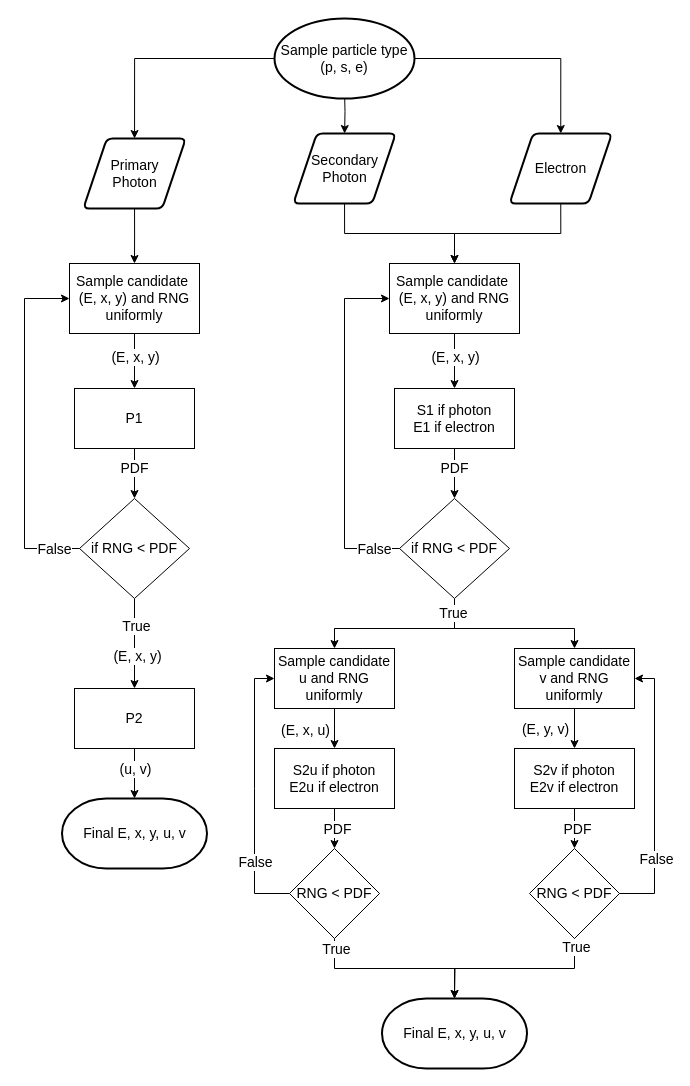
Earlier version of the draw.io diagram aapm_mc_inr.drawio (vengjean/drawings). Source tidied: cells renumbered, new cells numbered last; positions are measured from the earlier drawing's top-left corner, leaving out a move shared by most shapes. Both pictures are drawn from the tidied source at 100%, with x=0, y=0 at pixel (24, 18).
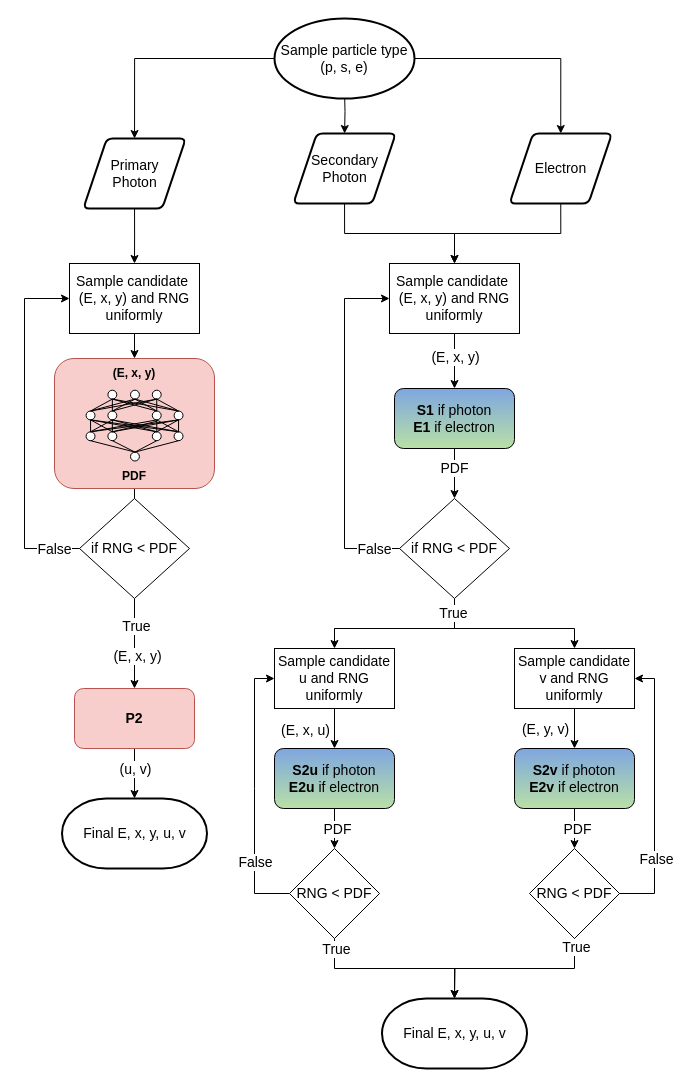
After the change.

Unchanged cells that the change refers to:
```xml
<mxCell id="7" style="edgeStyle=orthogonalEdgeStyle;rounded=0;jettySize=auto;html=1;fontSize=14;" parent="1" edge="1" source="9" target="12">
  <mxGeometry relative="1" as="geometry" />
</mxCell>
<mxCell id="10" style="edgeStyle=orthogonalEdgeStyle;rounded=0;jettySize=auto;html=1;fontSize=14;" parent="1" edge="1" source="12">
  <mxGeometry relative="1" as="geometry">
    <mxPoint x="110" y="480" as="targetPoint" />
  </mxGeometry>
</mxCell>
```

What changed in the source:
```diff
@@
-    <mxCell id="8" value="(E, x, y)" style="edgeLabel;html=1;align=center;verticalAlign=middle;fontSize=14;" parent="7" vertex="1">
-      <mxGeometry x="-0.17" relative="1" as="geometry" />
-    </mxCell>
@@
-    <mxCell id="11" value="PDF" style="edgeLabel;html=1;align=center;verticalAlign=middle;fontSize=14;" parent="10" vertex="1">
-      <mxGeometry x="-0.25" y="-1" relative="1" as="geometry" />
-    </mxCell>
-    <mxCell id="12" value="P1" style="whiteSpace=wrap;html=1;fontSize=14;" parent="1" vertex="1">
-      <mxGeometry x="50" y="370" width="120" height="60" as="geometry" />
+    <mxCell id="12" style="whiteSpace=wrap;html=1;fontSize=14;fillColor=#f8cecc;strokeColor=#b85450;rounded=1;" parent="1" vertex="1">
+      <mxGeometry x="30" y="340" width="160" height="130" as="geometry" />
     </mxCell>
@@
-    <mxCell id="21" value="P2" style="whiteSpace=wrap;html=1;fontSize=14;" parent="1" vertex="1">
+    <mxCell id="21" value="&lt;b&gt;P2&lt;/b&gt;" style="whiteSpace=wrap;html=1;fontSize=14;fillColor=#f8cecc;strokeColor=#b85450;rounded=1;" parent="1" vertex="1">
       <mxGeometry x="50" y="670" width="120" height="60" as="geometry" />
     </mxCell>
@@
-    <mxCell id="27" value="S1 if photon&lt;div&gt;E1 if electron&lt;/div&gt;" style="whiteSpace=wrap;html=1;fontSize=14;" parent="1" vertex="1">
+    <mxCell id="27" value="&lt;b&gt;S1 &lt;/b&gt;if photon&lt;div&gt;&lt;b&gt;E1 &lt;/b&gt;if electron&lt;/div&gt;" style="whiteSpace=wrap;html=1;fontSize=14;rounded=1;fillColor=#7EA6E0;strokeColor=#000000;gradientColor=#B9E0A5;fillStyle=dots;gradientDirection=south;" parent="1" vertex="1">
       <mxGeometry x="370" y="370" width="120" height="60" as="geometry" />
     </mxCell>
@@
-    <mxCell id="38" value="S2u if photon&lt;div&gt;E2u if electron&lt;/div&gt;" style="whiteSpace=wrap;html=1;fontSize=14;" parent="1" vertex="1">
+    <mxCell id="38" value="&lt;b&gt;S2u &lt;/b&gt;if photon&lt;div&gt;&lt;b&gt;E2u &lt;/b&gt;if electron&lt;/div&gt;" style="whiteSpace=wrap;html=1;fontSize=14;rounded=1;fillColor=#7EA6E0;gradientColor=#B9E0A5;" parent="1" vertex="1">
       <mxGeometry x="250" y="730" width="120" height="60" as="geometry" />
     </mxCell>
@@
-    <mxCell id="43" value="S2v if photon&lt;div&gt;E2v if electron&lt;/div&gt;" style="whiteSpace=wrap;html=1;rounded=0;fontSize=14;" parent="1" vertex="1">
+    <mxCell id="43" value="&lt;b&gt;S2v&lt;/b&gt; if photon&lt;div&gt;&lt;b&gt;E2v&lt;/b&gt; if electron&lt;/div&gt;" style="whiteSpace=wrap;html=1;rounded=1;fontSize=14;fillColor=#7EA6E0;gradientColor=#B9E0A5;" parent="1" vertex="1">
       <mxGeometry x="490" y="730" width="120" height="60" as="geometry" />
     </mxCell>
@@
+    <mxCell id="63" style="group;rotation=90;" parent="1" vertex="1">
+      <mxGeometry x="70" y="376" width="95" height="96.5" as="geometry" />
+    </mxCell>
+    <mxCell id="64" style="ellipse;whiteSpace=wrap;html=1;rotation=90;" parent="63" vertex="1">
+      <mxGeometry x="79.6" y="37.3" width="8.9" height="8.9" as="geometry" />
+    </mxCell>
+    <mxCell id="65" style="ellipse;whiteSpace=wrap;html=1;rotation=90;" parent="63" vertex="1">
+      <mxGeometry x="57.8" y="37.3" width="8.9" height="8.9" as="geometry" />
+    </mxCell>
+    <mxCell id="66" style="ellipse;whiteSpace=wrap;html=1;rotation=90;" parent="63" vertex="1">
+      <mxGeometry x="13.4" y="37.3" width="8.9" height="8.9" as="geometry" />
+    </mxCell>
+    <mxCell id="67" style="ellipse;whiteSpace=wrap;html=1;rotation=90;" parent="63" vertex="1">
+      <mxGeometry x="-8.4" y="37.3" width="8.9" height="8.9" as="geometry" />
+    </mxCell>
+    <mxCell id="68" style="ellipse;whiteSpace=wrap;html=1;rotation=90;" parent="63" vertex="1">
+      <mxGeometry x="36" y="57.6" width="8.9" height="8.9" as="geometry" />
+    </mxCell>
+    <mxCell id="69" style="endArrow=none;html=1;rounded=0;entryX=1;entryY=0.5;entryDx=0;entryDy=0;exitX=0;exitY=0.5;exitDx=0;exitDy=0;" parent="63" edge="1" source="68" target="64">
+      <mxGeometry relative="1" as="geometry" />
+    </mxCell>
+    <mxCell id="70" style="endArrow=none;html=1;rounded=0;entryX=1;entryY=0.5;entryDx=0;entryDy=0;exitX=0;exitY=0.5;exitDx=0;exitDy=0;" parent="63" edge="1" source="68" target="65">
+      <mxGeometry relative="1" as="geometry" />
+    </mxCell>
+    <mxCell id="71" style="endArrow=none;html=1;rounded=0;entryX=0;entryY=0.5;entryDx=0;entryDy=0;exitX=1;exitY=0.5;exitDx=0;exitDy=0;" parent="63" edge="1" source="66" target="68">
+      <mxGeometry relative="1" as="geometry" />
+    </mxCell>
+    <mxCell id="72" style="endArrow=none;html=1;rounded=0;entryX=0;entryY=0.5;entryDx=0;entryDy=0;exitX=1;exitY=0.5;exitDx=0;exitDy=0;" parent="63" edge="1" source="67" target="68">
+      <mxGeometry relative="1" as="geometry" />
+    </mxCell>
+    <mxCell id="73" style="endArrow=none;html=1;rounded=0;exitX=1;exitY=0.5;exitDx=0;exitDy=0;entryX=0;entryY=0.5;entryDx=0;entryDy=0;" parent="63" edge="1" source="80" target="66">
+      <mxGeometry relative="1" as="geometry" />
+    </mxCell>
+    <mxCell id="74" style="ellipse;whiteSpace=wrap;html=1;rotation=90;" parent="63" vertex="1">
+      <mxGeometry x="57.8" y="-4.3" width="8.9" height="8.9" as="geometry" />
+    </mxCell>
+    <mxCell id="75" style="ellipse;whiteSpace=wrap;html=1;rotation=90;" parent="63" vertex="1">
+      <mxGeometry x="36" y="-4.3" width="8.9" height="8.9" as="geometry" />
+    </mxCell>
+    <mxCell id="76" style="ellipse;whiteSpace=wrap;html=1;rotation=90;" parent="63" vertex="1">
+      <mxGeometry x="13.4" y="-4.3" width="8.9" height="8.9" as="geometry" />
+    </mxCell>
+    <mxCell id="77" style="ellipse;whiteSpace=wrap;html=1;rotation=90;" parent="63" vertex="1">
+      <mxGeometry x="79.6" y="16.5" width="8.9" height="8.9" as="geometry" />
+    </mxCell>
+    <mxCell id="78" style="ellipse;whiteSpace=wrap;html=1;rotation=90;" parent="63" vertex="1">
+      <mxGeometry x="57.8" y="16.5" width="8.9" height="8.9" as="geometry" />
+    </mxCell>
+    <mxCell id="79" style="ellipse;whiteSpace=wrap;html=1;rotation=90;" parent="63" vertex="1">
+      <mxGeometry x="13.4" y="16.5" width="8.9" height="8.9" as="geometry" />
+    </mxCell>
+    <mxCell id="80" style="ellipse;whiteSpace=wrap;html=1;rotation=90;" parent="63" vertex="1">
+      <mxGeometry x="-8.4" y="16.5" width="8.9" height="8.9" as="geometry" />
+    </mxCell>
+    <mxCell id="81" style="endArrow=none;html=1;rounded=0;exitX=1;exitY=0.5;exitDx=0;exitDy=0;entryX=0;entryY=0.5;entryDx=0;entryDy=0;" parent="63" edge="1" source="74" target="77">
+      <mxGeometry relative="1" as="geometry" />
+    </mxCell>
+    <mxCell id="82" style="endArrow=none;html=1;rounded=0;entryX=0;entryY=0.5;entryDx=0;entryDy=0;exitX=1;exitY=0.5;exitDx=0;exitDy=0;" parent="63" edge="1" source="74" target="78">
+      <mxGeometry relative="1" as="geometry" />
+    </mxCell>
+    <mxCell id="83" style="endArrow=none;html=1;rounded=0;entryX=0;entryY=0.5;entryDx=0;entryDy=0;exitX=1;exitY=0.5;exitDx=0;exitDy=0;" parent="63" edge="1" source="74" target="79">
+      <mxGeometry relative="1" as="geometry" />
+    </mxCell>
+    <mxCell id="84" style="endArrow=none;html=1;rounded=0;entryX=0;entryY=0.5;entryDx=0;entryDy=0;exitX=1;exitY=0.5;exitDx=0;exitDy=0;" parent="63" edge="1" source="74" target="80">
+      <mxGeometry relative="1" as="geometry" />
+    </mxCell>
+    <mxCell id="85" style="endArrow=none;html=1;rounded=0;entryX=0;entryY=0.5;entryDx=0;entryDy=0;exitX=1;exitY=0.5;exitDx=0;exitDy=0;" parent="63" edge="1" source="75" target="78">
+      <mxGeometry relative="1" as="geometry" />
+    </mxCell>
+    <mxCell id="86" style="endArrow=none;html=1;rounded=0;entryX=0;entryY=0.5;entryDx=0;entryDy=0;exitX=1;exitY=0.5;exitDx=0;exitDy=0;" parent="63" edge="1" source="75" target="79">
+      <mxGeometry relative="1" as="geometry" />
+    </mxCell>
+    <mxCell id="87" style="endArrow=none;html=1;rounded=0;entryX=0;entryY=0.5;entryDx=0;entryDy=0;exitX=1;exitY=0.5;exitDx=0;exitDy=0;" parent="63" edge="1" source="75" target="80">
+      <mxGeometry relative="1" as="geometry" />
+    </mxCell>
+    <mxCell id="88" style="endArrow=none;html=1;rounded=0;entryX=0;entryY=0.5;entryDx=0;entryDy=0;exitX=1;exitY=0.5;exitDx=0;exitDy=0;" parent="63" edge="1" source="75" target="77">
+      <mxGeometry relative="1" as="geometry" />
+    </mxCell>
+    <mxCell id="89" style="endArrow=none;html=1;rounded=0;entryX=0;entryY=0.5;entryDx=0;entryDy=0;exitX=1;exitY=0.5;exitDx=0;exitDy=0;" parent="63" edge="1" source="76" target="79">
+      <mxGeometry relative="1" as="geometry" />
+    </mxCell>
+    <mxCell id="90" style="endArrow=none;html=1;rounded=0;entryX=0;entryY=0.5;entryDx=0;entryDy=0;exitX=1;exitY=0.5;exitDx=0;exitDy=0;" parent="63" edge="1" source="76" target="80">
+      <mxGeometry relative="1" as="geometry" />
+    </mxCell>
+    <mxCell id="91" style="endArrow=none;html=1;rounded=0;entryX=0;entryY=0.5;entryDx=0;entryDy=0;exitX=1;exitY=0.5;exitDx=0;exitDy=0;" parent="63" edge="1" source="76" target="77">
+      <mxGeometry relative="1" as="geometry" />
+    </mxCell>
+    <mxCell id="92" style="endArrow=none;html=1;rounded=0;exitX=1;exitY=0.5;exitDx=0;exitDy=0;entryX=0;entryY=0.5;entryDx=0;entryDy=0;" parent="63" edge="1" source="76" target="78">
+      <mxGeometry relative="1" as="geometry" />
+    </mxCell>
+    <mxCell id="93" style="endArrow=none;html=1;rounded=0;exitX=1;exitY=0.5;exitDx=0;exitDy=0;entryX=0;entryY=0.5;entryDx=0;entryDy=0;" parent="63" edge="1" source="78" target="64">
+      <mxGeometry relative="1" as="geometry" />
+    </mxCell>
+    <mxCell id="94" style="endArrow=none;html=1;rounded=0;entryX=0;entryY=0.5;entryDx=0;entryDy=0;exitX=1;exitY=0.5;exitDx=0;exitDy=0;" parent="63" edge="1" source="78" target="65">
+      <mxGeometry relative="1" as="geometry" />
+    </mxCell>
+    <mxCell id="95" style="endArrow=none;html=1;rounded=0;entryX=0;entryY=0.5;entryDx=0;entryDy=0;" parent="63" edge="1" target="66">
+      <mxGeometry relative="1" as="geometry">
+        <mxPoint x="62.7" y="26.7" as="sourcePoint" />
+      </mxGeometry>
+    </mxCell>
+    <mxCell id="96" style="endArrow=none;html=1;rounded=0;entryX=0;entryY=0.5;entryDx=0;entryDy=0;exitX=1;exitY=0.5;exitDx=0;exitDy=0;" parent="63" edge="1" source="78" target="67">
+      <mxGeometry relative="1" as="geometry" />
+    </mxCell>
+    <mxCell id="97" style="endArrow=none;html=1;rounded=0;entryX=0;entryY=0.5;entryDx=0;entryDy=0;exitX=1;exitY=0.5;exitDx=0;exitDy=0;" parent="63" edge="1" source="79" target="66">
+      <mxGeometry relative="1" as="geometry" />
+    </mxCell>
+    <mxCell id="98" style="endArrow=none;html=1;rounded=0;entryX=0;entryY=0.5;entryDx=0;entryDy=0;exitX=1;exitY=0.5;exitDx=0;exitDy=0;" parent="63" edge="1" source="79" target="67">
+      <mxGeometry relative="1" as="geometry" />
+    </mxCell>
+    <mxCell id="99" style="endArrow=none;html=1;rounded=0;entryX=0;entryY=0.5;entryDx=0;entryDy=0;exitX=1;exitY=0.5;exitDx=0;exitDy=0;" parent="63" edge="1" source="79" target="64">
+      <mxGeometry relative="1" as="geometry" />
+    </mxCell>
+    <mxCell id="100" style="endArrow=none;html=1;rounded=0;entryX=0;entryY=0.5;entryDx=0;entryDy=0;exitX=1;exitY=0.5;exitDx=0;exitDy=0;" parent="63" edge="1" source="79" target="65">
+      <mxGeometry relative="1" as="geometry" />
+    </mxCell>
+    <mxCell id="101" style="endArrow=none;html=1;rounded=0;entryX=0;entryY=0.5;entryDx=0;entryDy=0;exitX=1;exitY=0.5;exitDx=0;exitDy=0;" parent="63" edge="1" source="77" target="64">
+      <mxGeometry relative="1" as="geometry" />
+    </mxCell>
+    <mxCell id="102" style="endArrow=none;html=1;rounded=0;entryX=0;entryY=0.5;entryDx=0;entryDy=0;exitX=1;exitY=0.5;exitDx=0;exitDy=0;" parent="63" edge="1" source="80" target="64">
+      <mxGeometry relative="1" as="geometry" />
+    </mxCell>
+    <mxCell id="103" style="endArrow=none;html=1;rounded=0;entryX=0;entryY=0.5;entryDx=0;entryDy=0;exitX=1;exitY=0.5;exitDx=0;exitDy=0;" parent="63" edge="1" source="80" target="67">
+      <mxGeometry relative="1" as="geometry" />
+    </mxCell>
+    <mxCell id="104" style="endArrow=none;html=1;rounded=0;entryX=0;entryY=0.5;entryDx=0;entryDy=0;exitX=1;exitY=0.5;exitDx=0;exitDy=0;" parent="63" edge="1" source="77" target="67">
+      <mxGeometry relative="1" as="geometry" />
+    </mxCell>
+    <mxCell id="105" style="endArrow=none;html=1;rounded=0;entryX=0;entryY=0.5;entryDx=0;entryDy=0;exitX=1;exitY=0.5;exitDx=0;exitDy=0;" parent="63" edge="1" source="77" target="65">
+      <mxGeometry relative="1" as="geometry" />
+    </mxCell>
+    <mxCell id="106" style="endArrow=none;html=1;rounded=0;entryX=0;entryY=0.5;entryDx=0;entryDy=0;exitX=1;exitY=0.5;exitDx=0;exitDy=0;" parent="63" edge="1" source="77" target="66">
+      <mxGeometry relative="1" as="geometry" />
+    </mxCell>
+    <mxCell id="107" style="endArrow=none;html=1;rounded=0;entryX=0;entryY=0.5;entryDx=0;entryDy=0;exitX=1;exitY=0.5;exitDx=0;exitDy=0;" parent="63" edge="1" source="80" target="65">
+      <mxGeometry relative="1" as="geometry" />
+    </mxCell>
+    <mxCell id="11" value="&lt;b&gt;PDF&lt;/b&gt;" style="text;html=1;align=center;verticalAlign=middle;whiteSpace=wrap;rounded=0;" parent="63" vertex="1">
+      <mxGeometry x="10.4" y="66.5" width="60" height="30" as="geometry" />
+    </mxCell>
+    <mxCell id="8" value="&lt;b&gt;(E, x, y)&lt;/b&gt;" style="text;html=1;align=center;verticalAlign=middle;whiteSpace=wrap;rounded=0;" parent="1" vertex="1">
+      <mxGeometry x="80" y="340" width="60" height="30" as="geometry" />
+    </mxCell>
```
